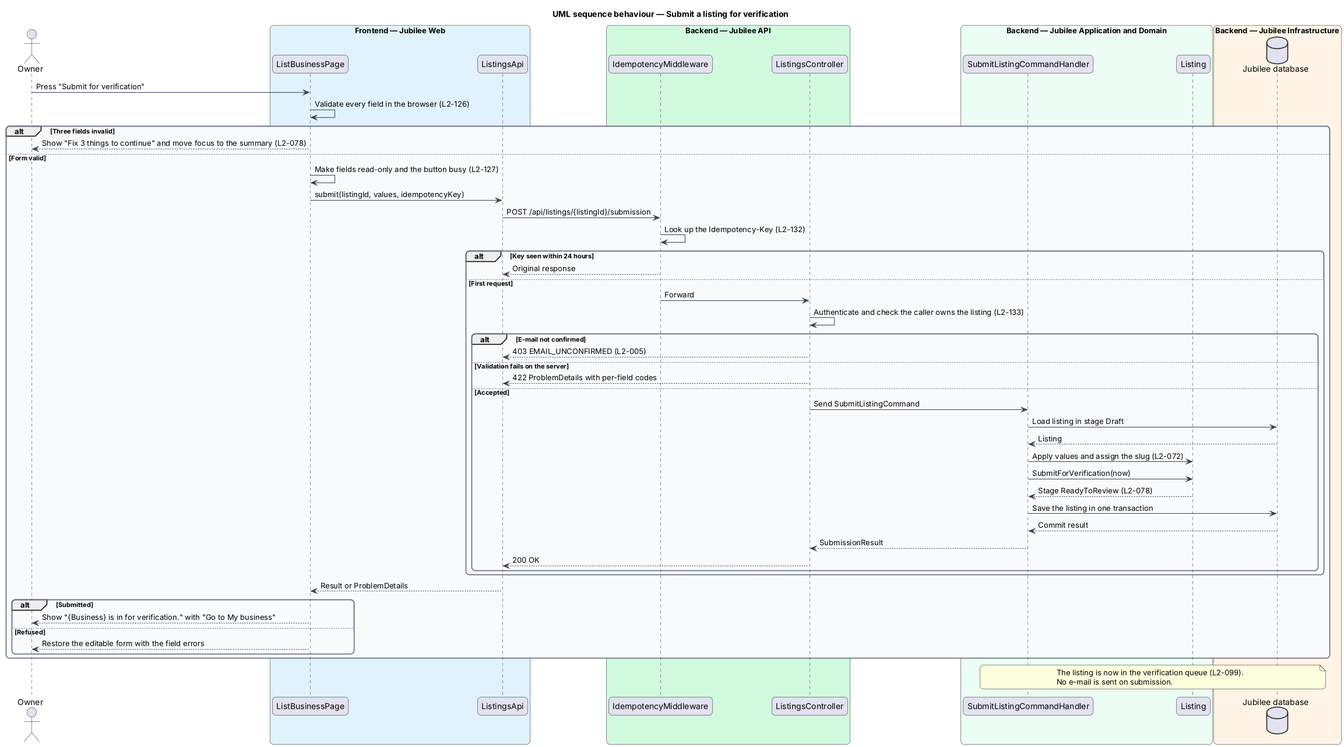
Above: docs/detailed-designs/onboarding/submit-for-verification/diagrams/sequence-submit.png in QuinntyneBrown/jubilee (PlantUML), before the change.
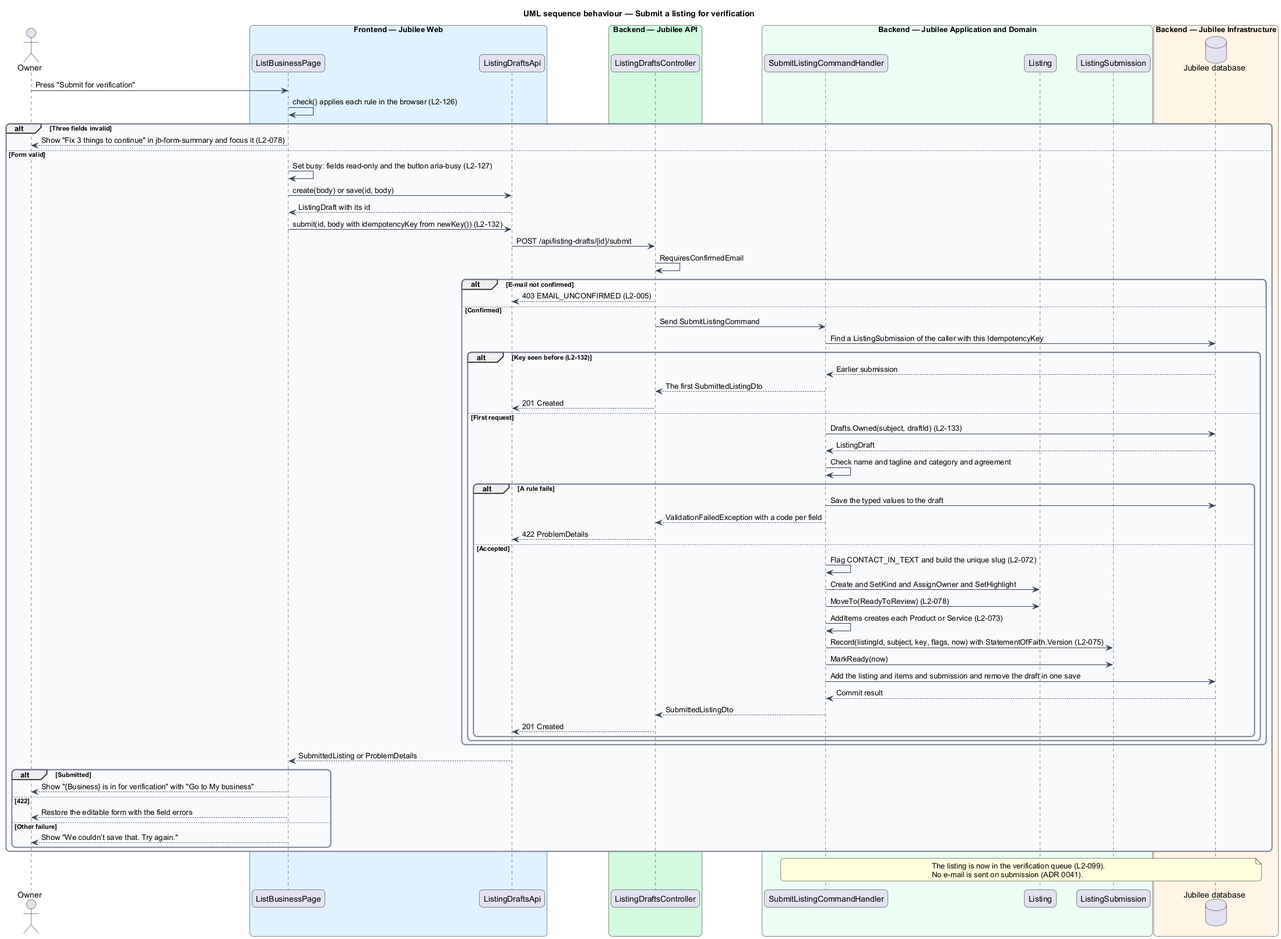
After the change.

Change to the diagram source:
```diff
@@ -17,59 +17,72 @@
 actor "Owner" as actor
 box "Frontend — Jubilee Web" #E0F2FE
   participant "ListBusinessPage" as page
-  participant "ListingsApi" as client
+  participant "ListingDraftsApi" as client
 end box
 box "Backend — Jubilee API" #D1FADF
-  participant "IdempotencyMiddleware" as idem
-  participant "ListingsController" as controller
+  participant "ListingDraftsController" as controller
 end box
 box "Backend — Jubilee Application and Domain" #ECFDF3
   participant "SubmitListingCommandHandler" as handler
   participant "Listing" as entity
+  participant "ListingSubmission" as submission
 end box
 box "Backend — Jubilee Infrastructure" #FFF4E5
   database "Jubilee database" as db
 end box
 actor -> page : Press "Submit for verification"
-page -> page : Validate every field in the browser (L2-126)
+page -> page : check() applies each rule in the browser (L2-126)
 alt Three fields invalid
-  page --> actor : Show "Fix 3 things to continue" and move focus to the summary (L2-078)
+  page --> actor : Show "Fix 3 things to continue" in jb-form-summary and focus it (L2-078)
 else Form valid
-  page -> page : Make fields read-only and the button busy (L2-127)
-  page -> client : submit(listingId, values, idempotencyKey)
-  client -> idem : POST /api/listings/{listingId}/submission
-  idem -> idem : Look up the Idempotency-Key (L2-132)
-  alt Key seen within 24 hours
-    idem --> client : Original response
-  else First request
-    idem -> controller : Forward
-    controller -> controller : Authenticate and check the caller owns the listing (L2-133)
-    alt E-mail not confirmed
-      controller --> client : 403 EMAIL_UNCONFIRMED (L2-005)
-    else Validation fails on the server
-      controller --> client : 422 ProblemDetails with per-field codes
-    else Accepted
-      controller -> handler : Send SubmitListingCommand
-      handler -> db : Load listing in stage Draft
-      db --> handler : Listing
-      handler -> entity : Apply values and assign the slug (L2-072)
-      handler -> entity : SubmitForVerification(now)
-      entity --> handler : Stage ReadyToReview (L2-078)
-      handler -> db : Save the listing in one transaction
-      db --> handler : Commit result
-      handler --> controller : SubmissionResult
-      controller --> client : 200 OK
+  page -> page : Set busy: fields read-only and the button aria-busy (L2-127)
+  page -> client : create(body) or save(id, body)
+  client --> page : ListingDraft with its id
+  page -> client : submit(id, body with idempotencyKey from newKey()) (L2-132)
+  client -> controller : POST /api/listing-drafts/{id}/submit
+  controller -> controller : RequiresConfirmedEmail
+  alt E-mail not confirmed
+    controller --> client : 403 EMAIL_UNCONFIRMED (L2-005)
+  else Confirmed
+    controller -> handler : Send SubmitListingCommand
+    handler -> db : Find a ListingSubmission of the caller with this IdempotencyKey
+    alt Key seen before (L2-132)
+      db --> handler : Earlier submission
+      handler --> controller : The first SubmittedListingDto
+      controller --> client : 201 Created
+    else First request
+      handler -> db : Drafts.Owned(subject, draftId) (L2-133)
+      db --> handler : ListingDraft
+      handler -> handler : Check name and tagline and category and agreement
+      alt A rule fails
+        handler -> db : Save the typed values to the draft
+        handler --> controller : ValidationFailedException with a code per field
+        controller --> client : 422 ProblemDetails
+      else Accepted
+        handler -> handler : Flag CONTACT_IN_TEXT and build the unique slug (L2-072)
+        handler -> entity : Create and SetKind and AssignOwner and SetHighlight
+        handler -> entity : MoveTo(ReadyToReview) (L2-078)
+        handler -> handler : AddItems creates each Product or Service (L2-073)
+        handler -> submission : Record(listingId, subject, key, flags, now) with StatementOfFaith.Version (L2-075)
+        handler -> submission : MarkReady(now)
+        handler -> db : Add the listing and items and submission and remove the draft in one save
+        db --> handler : Commit result
+        handler --> controller : SubmittedListingDto
+        controller --> client : 201 Created
+      end
     end
   end
-  client --> page : Result or ProblemDetails
+  client --> page : SubmittedListing or ProblemDetails
   alt Submitted
-    page --> actor : Show "{Business} is in for verification." with "Go to My business"
-  else Refused
+    page --> actor : Show "{Business} is in for verification" with "Go to My business"
+  else 422
     page --> actor : Restore the editable form with the field errors
+  else Other failure
+    page --> actor : Show "We couldn’t save that. Try again."
   end
 end
 note over handler, db
   The listing is now in the verification queue (L2-099).
-  No e-mail is sent on submission.
+  No e-mail is sent on submission (ADR 0041).
 end note
 @enduml
```
